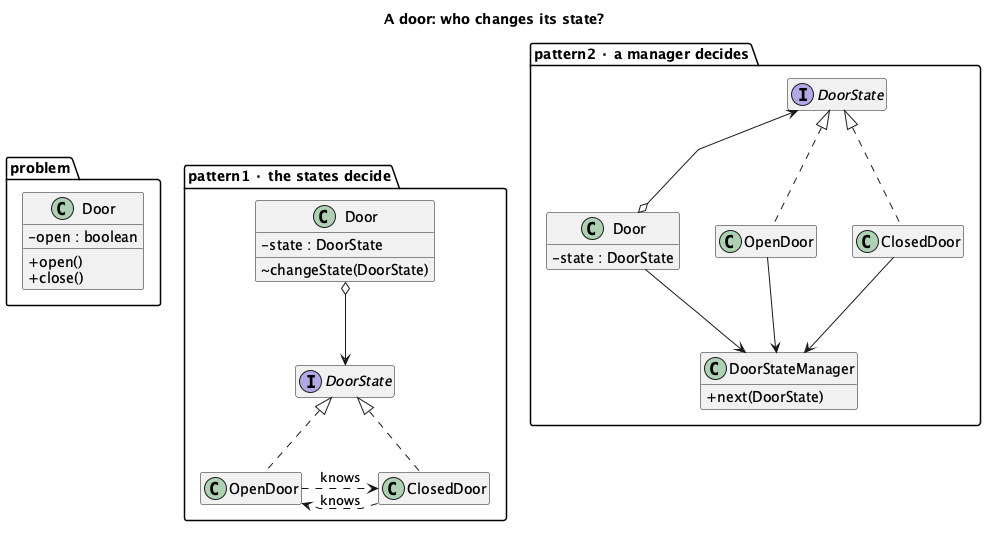
The PlantUML diagram src/main/java/dev/kaldiroglu/dp/behavioral/state/door/uml/State - Door - Class Diagram.png in kaldiroglu/DesignPatternsWithJava, before a commit. The source it was exported from:
```plantuml
@startuml
skinparam linetype polyline
skinparam classAttributeIconSize 0
hide empty members
title A door: who changes its state?

package "problem" {
  class "Door" as D0 {
    - open : boolean
    + open()
    + close()
  }
}
package "pattern1 · the states decide" {
  class "Door" as D1 {
    - state : DoorState
    ~ changeState(DoorState)
  }
  interface "DoorState" as S1
  class "OpenDoor" as O1
  class "ClosedDoor" as C1
  S1 <|.. O1
  S1 <|.. C1
}
package "pattern2 · a manager decides" {
  class "Door" as D2 {
    - state : DoorState
  }
  class DoorStateManager {
    + next(DoorState)
  }
  interface "DoorState" as S2
  class "OpenDoor" as O2
  class "ClosedDoor" as C2
  S2 <|.. O2
  S2 <|.. C2
}
  D1 o--> S1
  O1 .[norank].> C1 : knows
  C1 .[norank].> O1 : knows
  D2 o-[norank]-> S2
  D2 --> DoorStateManager
  O2 -[norank]-> DoorStateManager
  C2 --> DoorStateManager
D0 -[hidden]right- D1
D1 -[hidden]right- D2
@enduml
```
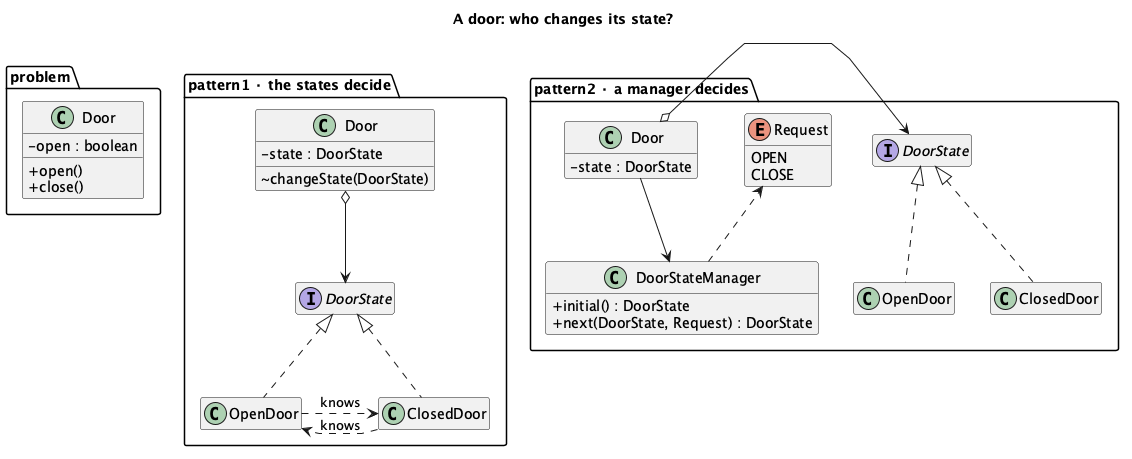
After the change.

The edit, as a diff of the source:
```diff
@@ -1,4 +1,4 @@
-@startuml
+@startuml "State - Door - Class Diagram"
 skinparam linetype polyline
 skinparam classAttributeIconSize 0
 hide empty members
@@ -27,7 +27,12 @@
     - state : DoorState
   }
   class DoorStateManager {
-    + next(DoorState)
+    + initial() : DoorState
+    + next(DoorState, Request) : DoorState
+  }
+  enum Request {
+    OPEN
+    CLOSE
   }
   interface "DoorState" as S2
   class "OpenDoor" as O2
@@ -40,8 +45,7 @@
   C1 .[norank].> O1 : knows
   D2 o-[norank]-> S2
   D2 --> DoorStateManager
-  O2 -[norank]-> DoorStateManager
-  C2 --> DoorStateManager
+  DoorStateManager .[norank].> Request
 D0 -[hidden]right- D1
 D1 -[hidden]right- D2
 @enduml
```
